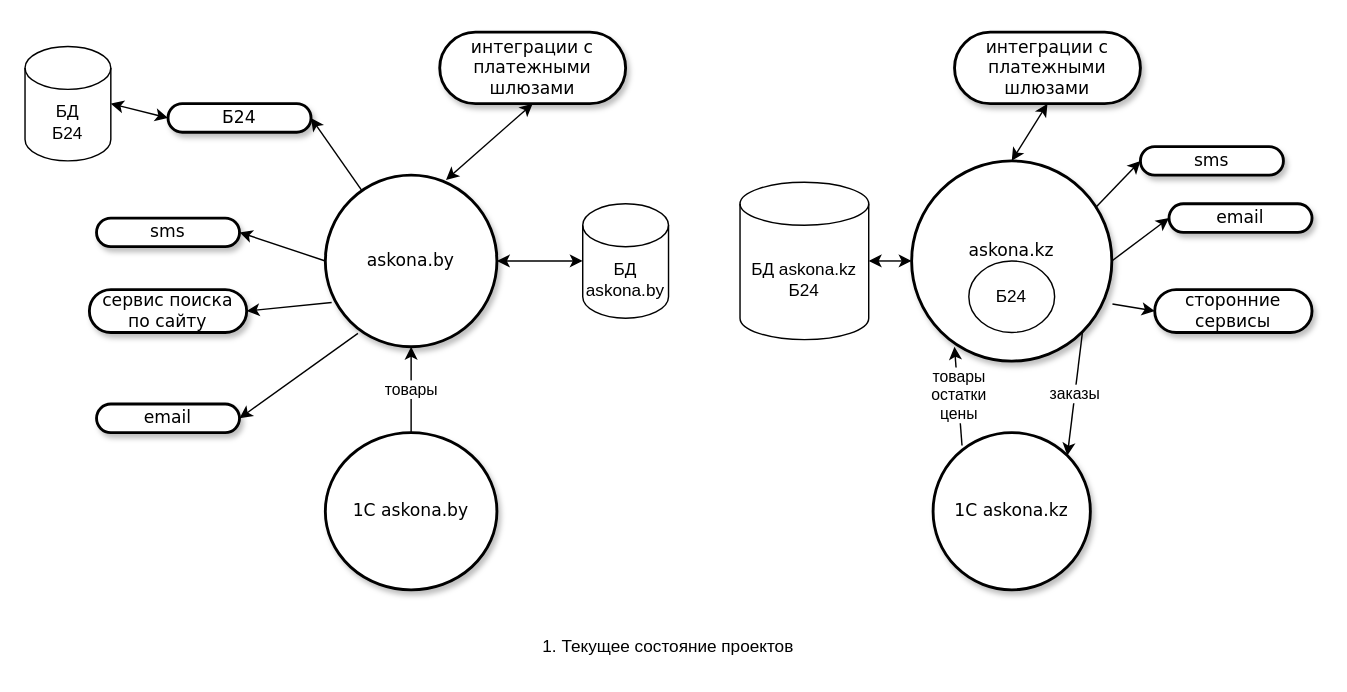
Above: page "0 Этап" (1 of 4) of Untitled Diagram.drawio in vartananastasia/ii (draw.io), before the change. Source tidied: cells renumbered, new cells numbered last; positions are measured from the earlier drawing's top-left corner, leaving out a move shared by most shapes. Both pictures are drawn from the tidied source at 143%, with x=0, y=0 at pixel (24, 31).
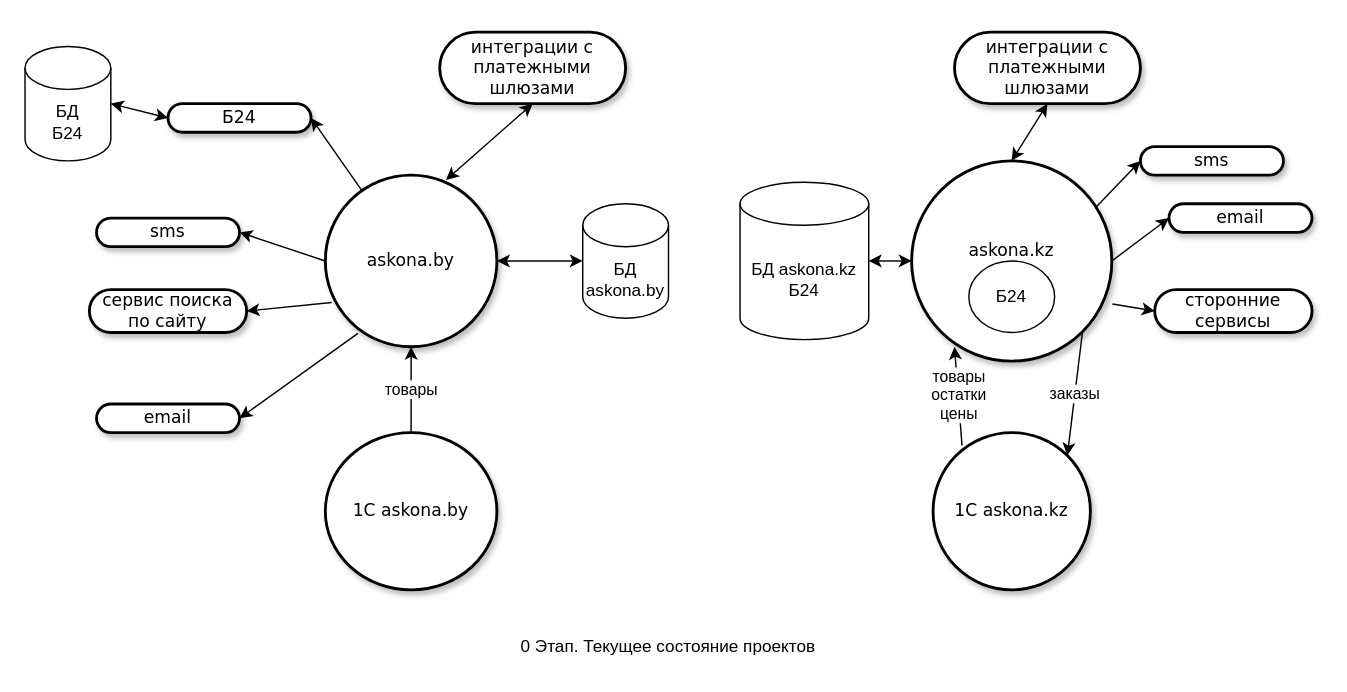
After the change.

What changed in the source:
```diff
@@
-    <mxCell id="21" value="1. Текущее состояние проектов" style="text;html=1;strokeColor=none;fillColor=none;align=center;verticalAlign=middle;whiteSpace=wrap;rounded=0;" parent="1" vertex="1">
+    <mxCell id="21" value="0 Этап. Текущее состояние проектов" style="text;html=1;strokeColor=none;fillColor=none;align=center;verticalAlign=middle;whiteSpace=wrap;rounded=0;" parent="1" vertex="1">
       <mxGeometry x="80" y="415" width="740" height="30" as="geometry" />
     </mxCell>
```
